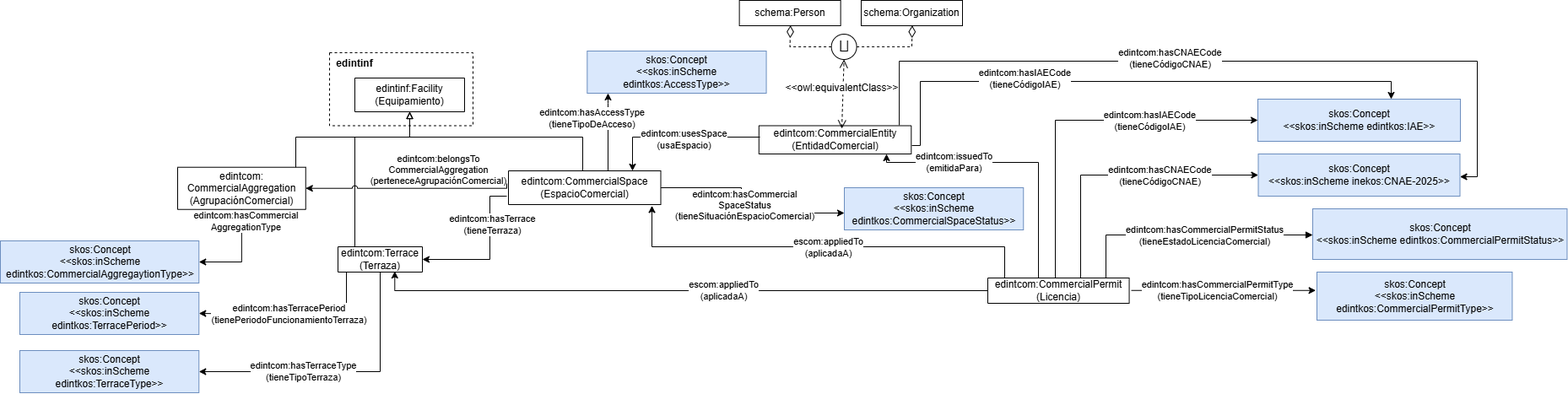
Before: diagrams/diagrama.png, a diagram exported from draw.io (sbernardos/edint-ontologia-censo-locales). Source tidied: cells renumbered, new cells last; positions are measured from the earlier drawing's top-left corner, leaving out a move shared by most shapes.
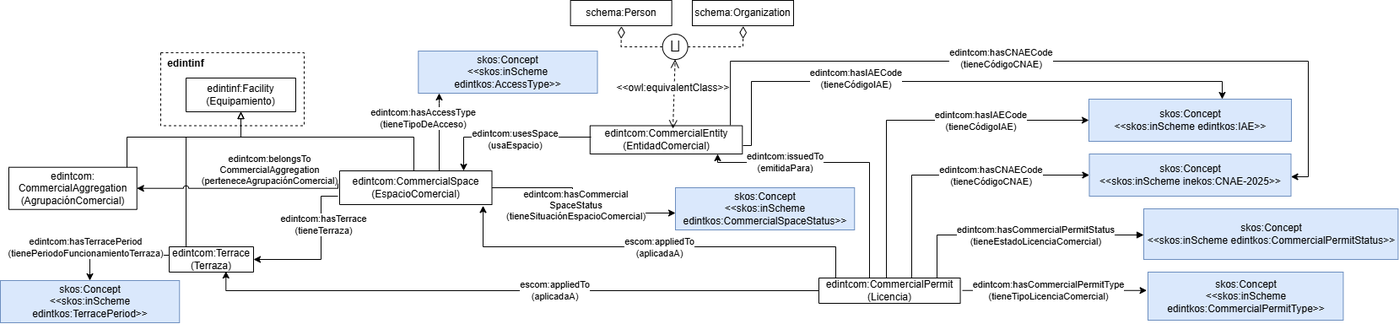
The same file after the commit.

The edit, as a diff of the source:
```diff
@@ -131,7 +131,7 @@
       </mxGeometry>
     </mxCell>
     <mxCell id="27" value="&lt;font color=&quot;#000000&quot;&gt;skos:Concept&lt;br&gt;&lt;/font&gt;&lt;div&gt;&lt;font color=&quot;#000000&quot;&gt;&amp;lt;&amp;lt;skos:inScheme &lt;/font&gt;&lt;font color=&quot;#000000&quot;&gt;&lt;font color=&quot;#000000&quot;&gt;&lt;br&gt;&lt;/font&gt;&lt;/font&gt;&lt;/div&gt;&lt;div&gt;&lt;font color=&quot;#000000&quot;&gt;&lt;font color=&quot;#000000&quot;&gt;edintkos&lt;/font&gt;:TerracePeriod&amp;gt;&amp;gt;&lt;/font&gt;&lt;/div&gt;" style="html=1;fillColor=#dae8fc;strokeColor=#6c8ebf;" parent="1" vertex="1">
-      <mxGeometry x="23" y="346" width="212.2" height="50" as="geometry" />
+      <mxGeometry x="200" y="332" width="212.2" height="50" as="geometry" />
     </mxCell>
     <mxCell id="28" value="&lt;font color=&quot;#000000&quot;&gt;skos:Concept&lt;br&gt;&lt;/font&gt;&lt;div style=&quot;color: rgb(255, 51, 51);&quot;&gt;&lt;font color=&quot;#000000&quot;&gt;&amp;lt;&amp;lt;skos:inScheme&lt;/font&gt;&lt;font color=&quot;#000000&quot;&gt;&lt;br&gt;&lt;/font&gt;&lt;/div&gt;&lt;div style=&quot;color: rgb(255, 51, 51);&quot;&gt;&lt;span style=&quot;color: rgb(0, 0, 0); background-color: transparent;&quot;&gt;edintkos:CommercialPermitType&amp;gt;&amp;gt;&lt;/span&gt;&lt;/div&gt;" style="html=1;align=center;fillColor=#dae8fc;strokeColor=#6c8ebf;" parent="1" vertex="1">
       <mxGeometry x="1560" y="322" width="231.4" height="57" as="geometry" />
@@ -150,47 +150,18 @@
         <mxPoint x="3" y="-24" as="offset" />
       </mxGeometry>
     </mxCell>
-    <mxCell id="31" value="&lt;font color=&quot;#000000&quot;&gt;skos:Concept&lt;br&gt;&lt;/font&gt;&lt;div&gt;&lt;font color=&quot;#000000&quot;&gt;&amp;lt;&amp;lt;skos:inScheme &lt;/font&gt;&lt;font color=&quot;#000000&quot;&gt;&lt;font color=&quot;#000000&quot;&gt;&lt;br&gt;&lt;/font&gt;&lt;/font&gt;&lt;/div&gt;&lt;div&gt;&lt;font color=&quot;#000000&quot;&gt;&lt;font color=&quot;#000000&quot;&gt;edintkos&lt;/font&gt;:TerraceType&amp;gt;&amp;gt;&lt;/font&gt;&lt;/div&gt;" style="html=1;fillColor=#dae8fc;strokeColor=#6c8ebf;" parent="1" vertex="1">
-      <mxGeometry x="23" y="415" width="212.2" height="50" as="geometry" />
-    </mxCell>
-    <mxCell id="32" style="endArrow=classic;html=1;rounded=0;edgeStyle=orthogonalEdgeStyle;entryX=1;entryY=0.5;entryDx=0;entryDy=0;" parent="1" edge="1" source="23" target="27">
+    <mxCell id="32" style="endArrow=classic;html=1;rounded=0;edgeStyle=orthogonalEdgeStyle;" parent="1" edge="1" source="23" target="27">
       <mxGeometry relative="1" as="geometry">
         <Array as="points">
-          <mxPoint x="410" y="372" />
-          <mxPoint x="333" y="372" />
+          <mxPoint x="306" y="302" />
         </Array>
       </mxGeometry>
     </mxCell>
     <mxCell id="33" value="edintcom:hasTerracePeriod&lt;div&gt;(tienePeriodoFuncionamientoTerraza)&lt;/div&gt;" style="edgeLabel;html=1;align=center;verticalAlign=middle;" parent="32" vertex="1">
       <mxGeometry x="0.28" y="1" relative="1" as="geometry">
-        <mxPoint x="24" y="-2" as="offset" />
+        <mxPoint x="-21" y="-11" as="offset" />
       </mxGeometry>
     </mxCell>
-    <mxCell id="34" style="endArrow=classic;html=1;rounded=0;edgeStyle=orthogonalEdgeStyle;entryX=1;entryY=0.5;entryDx=0;entryDy=0;" parent="1" edge="1" target="31">
-      <mxGeometry relative="1" as="geometry">
-        <mxPoint x="480" y="322" as="sourcePoint" />
-        <Array as="points">
-          <mxPoint x="450" y="322" />
-          <mxPoint x="450" y="440" />
-        </Array>
-      </mxGeometry>
-    </mxCell>
-    <mxCell id="35" value="edintcom:hasTerraceType&lt;div&gt;(tieneTipoTerraza)&lt;/div&gt;" style="edgeLabel;html=1;align=center;verticalAlign=middle;" parent="34" vertex="1">
-      <mxGeometry x="0.47" y="-1" relative="1" as="geometry">
-        <mxPoint x="27" as="offset" />
-      </mxGeometry>
-    </mxCell>
-    <mxCell id="36" value="&lt;font color=&quot;#000000&quot;&gt;skos:Concept&lt;br&gt;&lt;/font&gt;&lt;div&gt;&lt;font color=&quot;#000000&quot;&gt;&amp;lt;&amp;lt;skos:inScheme &lt;/font&gt;&lt;font color=&quot;#000000&quot;&gt;&lt;font color=&quot;#000000&quot;&gt;&lt;br&gt;&lt;/font&gt;&lt;/font&gt;&lt;/div&gt;&lt;div&gt;&lt;font color=&quot;#000000&quot;&gt;&lt;font color=&quot;#000000&quot;&gt;edintkos&lt;/font&gt;:CommercialAggregaytionType&amp;gt;&amp;gt;&lt;/font&gt;&lt;/div&gt;" style="html=1;fillColor=#dae8fc;strokeColor=#6c8ebf;" parent="1" vertex="1">
-      <mxGeometry y="285" width="235.2" height="50" as="geometry" />
-    </mxCell>
-    <mxCell id="37" style="endArrow=classic;html=1;rounded=0;entryX=1;entryY=0.5;entryDx=0;entryDy=0;edgeStyle=orthogonalEdgeStyle;" parent="1" edge="1" source="21" target="36">
-      <mxGeometry relative="1" as="geometry" />
-    </mxCell>
-    <mxCell id="38" value="edintcom:hasCommercial&lt;div&gt;AggregationType&lt;/div&gt;" style="edgeLabel;html=1;align=center;verticalAlign=middle;" parent="37" vertex="1">
-      <mxGeometry x="-0.51" relative="1" as="geometry">
-        <mxPoint x="4" y="-14" as="offset" />
-      </mxGeometry>
-    </mxCell>
     <mxCell id="39" value="&lt;font color=&quot;#000000&quot;&gt;skos:Concept&lt;br&gt;&lt;/font&gt;&lt;div&gt;&lt;font color=&quot;#000000&quot;&gt;&amp;lt;&amp;lt;skos:inScheme&amp;nbsp;&lt;/font&gt;&lt;span style=&quot;background-color: transparent;&quot;&gt;edintkos:IAE&amp;gt;&amp;gt;&lt;/span&gt;&lt;/div&gt;" style="html=1;fillColor=#dae8fc;strokeColor=#6c8ebf;" parent="1" vertex="1">
       <mxGeometry x="1490" y="117" width="240" height="50" as="geometry" />
     </mxCell>
```
